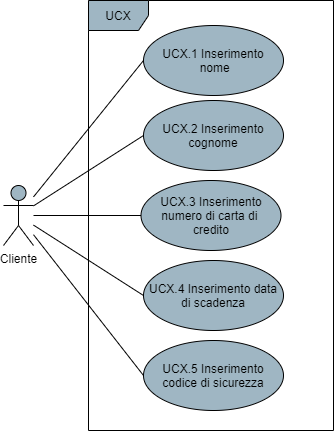
This is DocumentazioneEsterna/AnalisiDeiRequisiti/res/UseCase/Immagini/InserimentoDatiPagamento.png from Omicron-Team/Documentazione, a draw.io export, as it was before one commit. Source tidied: cells renumbered, new cells last; positions are measured from the earlier drawing's top-left corner, leaving out a move shared by most shapes. Source of this version:
```xml
<mxGraphModel>
  <root>
    <mxCell id="0" />
    <mxCell id="1" parent="0" />
    <mxCell id="2" style="rounded=0;jettySize=auto;html=1;entryX=0;entryY=0.5;entryDx=0;entryDy=0;endArrow=none;endFill=0;" parent="1" edge="1" source="7" target="9">
      <mxGeometry relative="1" as="geometry" />
    </mxCell>
    <mxCell id="3" style="edgeStyle=none;rounded=0;jettySize=auto;html=1;entryX=0;entryY=0.5;entryDx=0;entryDy=0;endArrow=none;endFill=0;" parent="1" edge="1" source="7" target="10">
      <mxGeometry relative="1" as="geometry" />
    </mxCell>
    <mxCell id="4" style="edgeStyle=none;rounded=0;jettySize=auto;html=1;entryX=0;entryY=0.5;entryDx=0;entryDy=0;endArrow=none;endFill=0;" parent="1" edge="1" source="7" target="11">
      <mxGeometry relative="1" as="geometry" />
    </mxCell>
    <mxCell id="5" style="edgeStyle=none;rounded=0;jettySize=auto;html=1;entryX=0;entryY=0.5;entryDx=0;entryDy=0;endArrow=none;endFill=0;" parent="1" edge="1" source="7" target="12">
      <mxGeometry relative="1" as="geometry" />
    </mxCell>
    <mxCell id="6" style="edgeStyle=none;rounded=0;jettySize=auto;html=1;entryX=0;entryY=0.5;entryDx=0;entryDy=0;endArrow=none;endFill=0;" parent="1" edge="1" source="7" target="13">
      <mxGeometry relative="1" as="geometry" />
    </mxCell>
    <mxCell id="7" value="Cliente" style="shape=umlActor;verticalLabelPosition=bottom;verticalAlign=top;html=1;fillColor=#9FB6C3;" parent="1" vertex="1">
      <mxGeometry y="185" width="30" height="60" as="geometry" />
    </mxCell>
    <mxCell id="8" value="UCX" style="shape=umlFrame;whiteSpace=wrap;html=1;fillColor=#9FB6C3;" parent="1" vertex="1">
      <mxGeometry x="85" width="245" height="430" as="geometry" />
    </mxCell>
    <mxCell id="9" value="UCX.1 Inserimento&lt;br&gt;&amp;nbsp;nome" style="ellipse;whiteSpace=wrap;html=1;fillColor=#9FB6C3;" parent="1" vertex="1">
      <mxGeometry x="140" y="25" width="140" height="70" as="geometry" />
    </mxCell>
    <mxCell id="10" value="UCX.2 Inserimento cognome" style="ellipse;whiteSpace=wrap;html=1;fillColor=#9FB6C3;" parent="1" vertex="1">
      <mxGeometry x="140" y="100" width="140" height="70" as="geometry" />
    </mxCell>
    <mxCell id="11" value="UCX.3 Inserimento numero di carta di &lt;br&gt;credito" style="ellipse;whiteSpace=wrap;html=1;fillColor=#9FB6C3;" parent="1" vertex="1">
      <mxGeometry x="137.5" y="180" width="140" height="70" as="geometry" />
    </mxCell>
    <mxCell id="12" value="UCX.4 Inserimento data di scadenza" style="ellipse;whiteSpace=wrap;html=1;fillColor=#9FB6C3;" parent="1" vertex="1">
      <mxGeometry x="140" y="260" width="140" height="70" as="geometry" />
    </mxCell>
    <mxCell id="13" value="UCX.5 Inserimento codice di sicurezza" style="ellipse;whiteSpace=wrap;html=1;fillColor=#9FB6C3;" parent="1" vertex="1">
      <mxGeometry x="140" y="340" width="140" height="70" as="geometry" />
    </mxCell>
  </root>
</mxGraphModel>
```
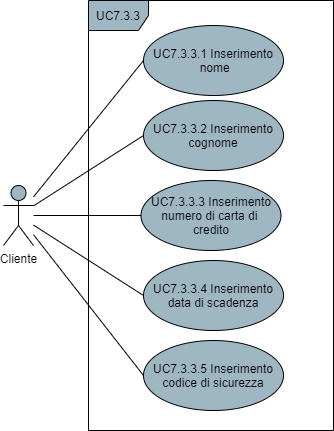
Later version of the same file.

Diff of the diagram source:
```diff
@@ -20,22 +20,22 @@
     <mxCell id="7" value="Cliente" style="shape=umlActor;verticalLabelPosition=bottom;verticalAlign=top;html=1;fillColor=#9FB6C3;" parent="1" vertex="1">
       <mxGeometry y="185" width="30" height="60" as="geometry" />
     </mxCell>
-    <mxCell id="8" value="UCX" style="shape=umlFrame;whiteSpace=wrap;html=1;fillColor=#9FB6C3;" parent="1" vertex="1">
+    <mxCell id="8" value="UC7.3.3" style="shape=umlFrame;whiteSpace=wrap;html=1;fillColor=#9FB6C3;" parent="1" vertex="1">
       <mxGeometry x="85" width="245" height="430" as="geometry" />
     </mxCell>
-    <mxCell id="9" value="UCX.1 Inserimento&lt;br&gt;&amp;nbsp;nome" style="ellipse;whiteSpace=wrap;html=1;fillColor=#9FB6C3;" parent="1" vertex="1">
+    <mxCell id="9" value="UC7.3.3.1 Inserimento&lt;br&gt;&amp;nbsp;nome" style="ellipse;whiteSpace=wrap;html=1;fillColor=#9FB6C3;" parent="1" vertex="1">
       <mxGeometry x="140" y="25" width="140" height="70" as="geometry" />
     </mxCell>
-    <mxCell id="10" value="UCX.2 Inserimento cognome" style="ellipse;whiteSpace=wrap;html=1;fillColor=#9FB6C3;" parent="1" vertex="1">
+    <mxCell id="10" value="UC7.3.3.2 Inserimento cognome" style="ellipse;whiteSpace=wrap;html=1;fillColor=#9FB6C3;" parent="1" vertex="1">
       <mxGeometry x="140" y="100" width="140" height="70" as="geometry" />
     </mxCell>
-    <mxCell id="11" value="UCX.3 Inserimento numero di carta di &lt;br&gt;credito" style="ellipse;whiteSpace=wrap;html=1;fillColor=#9FB6C3;" parent="1" vertex="1">
+    <mxCell id="11" value="UC7.3.3.3 Inserimento numero di carta di &lt;br&gt;credito" style="ellipse;whiteSpace=wrap;html=1;fillColor=#9FB6C3;" parent="1" vertex="1">
       <mxGeometry x="137.5" y="180" width="140" height="70" as="geometry" />
     </mxCell>
-    <mxCell id="12" value="UCX.4 Inserimento data di scadenza" style="ellipse;whiteSpace=wrap;html=1;fillColor=#9FB6C3;" parent="1" vertex="1">
+    <mxCell id="12" value="UC7.3.3.4 Inserimento data di scadenza" style="ellipse;whiteSpace=wrap;html=1;fillColor=#9FB6C3;" parent="1" vertex="1">
       <mxGeometry x="140" y="260" width="140" height="70" as="geometry" />
     </mxCell>
-    <mxCell id="13" value="UCX.5 Inserimento codice di sicurezza" style="ellipse;whiteSpace=wrap;html=1;fillColor=#9FB6C3;" parent="1" vertex="1">
+    <mxCell id="13" value="UC7.3.3.5 Inserimento codice di sicurezza" style="ellipse;whiteSpace=wrap;html=1;fillColor=#9FB6C3;" parent="1" vertex="1">
       <mxGeometry x="140" y="340" width="140" height="70" as="geometry" />
     </mxCell>
   </root>
```
